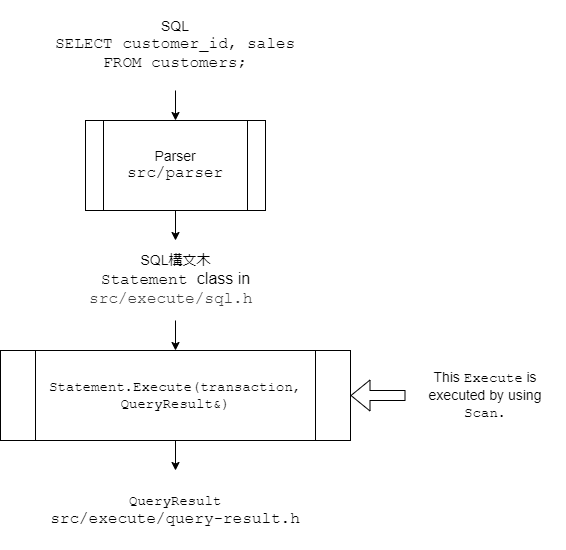
hedwig100/dbms keeps this draw.io diagram as docs/en/images/query-exectuion.drawio.png. Above is the earlier version. Source tidied: cells renumbered, new cells last; positions are measured from the earlier drawing's top-left corner, leaving out a move shared by most shapes.
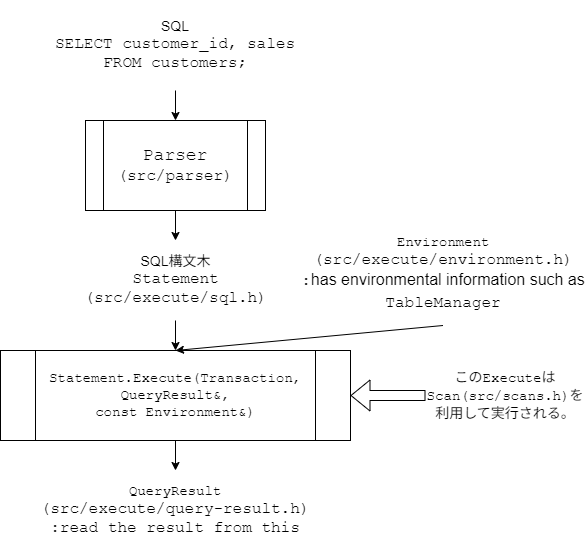
The same diagram one commit later.

Commit message:
[change] documents about query execution

Change to the diagram source:
```diff
@@ -11,29 +11,35 @@
     <mxCell id="4" style="edgeStyle=none;html=1;exitX=0.5;exitY=1;exitDx=0;exitDy=0;entryX=0.5;entryY=0;entryDx=0;entryDy=0;" parent="1" edge="1" source="5" target="7">
       <mxGeometry relative="1" as="geometry" />
     </mxCell>
-    <mxCell id="5" value="&lt;font style=&quot;font-size: 14px;&quot;&gt;Parser&lt;/font&gt;&lt;div&gt;&lt;font size=&quot;3&quot; face=&quot;Courier New&quot;&gt;src/parser&lt;/font&gt;&lt;/div&gt;" style="shape=process;whiteSpace=wrap;html=1;backgroundOutline=1;" parent="1" vertex="1">
+    <mxCell id="5" value="&lt;font face=&quot;Courier New&quot; style=&quot;font-size: 18px;&quot;&gt;Parser&lt;/font&gt;&lt;div&gt;&lt;font face=&quot;Courier New&quot; size=&quot;3&quot;&gt;(src/parser)&lt;/font&gt;&lt;/div&gt;" style="shape=process;whiteSpace=wrap;html=1;backgroundOutline=1;" parent="1" vertex="1">
       <mxGeometry x="85" y="120" width="180" height="90" as="geometry" />
     </mxCell>
     <mxCell id="6" style="edgeStyle=none;html=1;exitX=0.5;exitY=1;exitDx=0;exitDy=0;entryX=0.5;entryY=0;entryDx=0;entryDy=0;" parent="1" edge="1" source="7" target="9">
       <mxGeometry relative="1" as="geometry" />
     </mxCell>
-    <mxCell id="7" value="&lt;font style=&quot;font-size: 14px;&quot;&gt;SQL構文木&lt;/font&gt;&lt;div&gt;&lt;font face=&quot;Courier New&quot; size=&quot;3&quot;&gt;Statement &lt;/font&gt;&lt;font face=&quot;Helvetica&quot; size=&quot;3&quot;&gt;class in&lt;/font&gt;&lt;/div&gt;&lt;div&gt;&lt;span style=&quot;color: rgb(63, 63, 63); font-family: &amp;quot;Courier New&amp;quot;; font-size: medium; background-color: transparent;&quot;&gt;src/execute/sql.h&lt;/span&gt;&lt;font face=&quot;Courier New&quot; size=&quot;3&quot;&gt;&amp;nbsp;&lt;/font&gt;&lt;/div&gt;" style="text;html=1;align=center;verticalAlign=middle;whiteSpace=wrap;rounded=0;" parent="1" vertex="1">
+    <mxCell id="7" value="&lt;font style=&quot;font-size: 14px;&quot;&gt;SQL構文木&lt;/font&gt;&lt;div&gt;&lt;font size=&quot;3&quot; face=&quot;Courier New&quot;&gt;Statement&lt;/font&gt;&lt;/div&gt;&lt;div&gt;&lt;font size=&quot;3&quot; face=&quot;Courier New&quot;&gt;(src/execute/sql.h)&lt;/font&gt;&lt;/div&gt;" style="text;html=1;align=center;verticalAlign=middle;whiteSpace=wrap;rounded=0;" parent="1" vertex="1">
       <mxGeometry x="52.5" y="240" width="245" height="80" as="geometry" />
     </mxCell>
     <mxCell id="8" style="edgeStyle=none;html=1;exitX=0.5;exitY=1;exitDx=0;exitDy=0;entryX=0.5;entryY=0;entryDx=0;entryDy=0;" parent="1" edge="1" source="9" target="10">
       <mxGeometry relative="1" as="geometry" />
     </mxCell>
-    <mxCell id="9" value="&lt;font face=&quot;Courier New&quot;&gt;&lt;span style=&quot;font-size: 14px;&quot;&gt;Statement.Execute(transaction, QueryResult&amp;amp;)&lt;/span&gt;&lt;/font&gt;" style="shape=process;whiteSpace=wrap;html=1;backgroundOutline=1;" parent="1" vertex="1">
+    <mxCell id="9" value="&lt;font face=&quot;Courier New&quot;&gt;&lt;span style=&quot;font-size: 14px;&quot;&gt;Statement.Execute(Transaction, QueryResult&amp;amp;,&lt;/span&gt;&lt;/font&gt;&lt;div&gt;&lt;font face=&quot;Courier New&quot;&gt;&lt;span style=&quot;font-size: 14px;&quot;&gt;const Environment&amp;amp;)&lt;/span&gt;&lt;/font&gt;&lt;/div&gt;" style="shape=process;whiteSpace=wrap;html=1;backgroundOutline=1;" parent="1" vertex="1">
       <mxGeometry y="350" width="350" height="90" as="geometry" />
     </mxCell>
-    <mxCell id="10" value="&lt;font style=&quot;font-size: 14px;&quot;&gt;&lt;font face=&quot;Courier New&quot;&gt;QueryResult&lt;/font&gt;&lt;br&gt;&lt;/font&gt;&lt;div&gt;&lt;font size=&quot;3&quot; face=&quot;Courier New&quot;&gt;src/execute/query-result.h&lt;/font&gt;&lt;/div&gt;" style="text;html=1;align=center;verticalAlign=middle;whiteSpace=wrap;rounded=0;" parent="1" vertex="1">
+    <mxCell id="10" value="&lt;font style=&quot;font-size: 14px;&quot;&gt;&lt;font face=&quot;Courier New&quot;&gt;QueryResult&lt;/font&gt;&lt;br&gt;&lt;/font&gt;&lt;div&gt;&lt;font size=&quot;3&quot; face=&quot;Courier New&quot;&gt;(src/execute/query-result.h)&lt;/font&gt;&lt;/div&gt;&lt;div&gt;&lt;font size=&quot;3&quot; face=&quot;Courier New&quot;&gt;:read the result from this&lt;/font&gt;&lt;/div&gt;" style="text;html=1;align=center;verticalAlign=middle;whiteSpace=wrap;rounded=0;" parent="1" vertex="1">
       <mxGeometry x="31.2" y="470" width="287.5" height="80" as="geometry" />
     </mxCell>
     <mxCell id="11" style="edgeStyle=none;shape=flexArrow;html=1;exitX=0;exitY=0.5;exitDx=0;exitDy=0;entryX=1;entryY=0.5;entryDx=0;entryDy=0;" parent="1" edge="1" source="12" target="9">
       <mxGeometry relative="1" as="geometry" />
     </mxCell>
-    <mxCell id="12" value="&lt;font style=&quot;font-size: 14px;&quot;&gt;This&amp;nbsp;&lt;font face=&quot;Courier New&quot;&gt;Execute&lt;/font&gt;&lt;font face=&quot;Helvetica&quot;&gt; is executed by using&lt;/font&gt;&lt;font face=&quot;Courier New&quot;&gt; Scan.&lt;/font&gt;&lt;/font&gt;" style="text;html=1;align=center;verticalAlign=middle;whiteSpace=wrap;rounded=0;" parent="1" vertex="1">
-      <mxGeometry x="405" y="345" width="160" height="100" as="geometry" />
+    <mxCell id="12" value="&lt;font style=&quot;font-size: 14px;&quot;&gt;この&lt;font face=&quot;Courier New&quot;&gt;ExecuteはScan(src/scans.h)&lt;/font&gt;を利用して実行される。&lt;/font&gt;" style="text;html=1;align=center;verticalAlign=middle;whiteSpace=wrap;rounded=0;" parent="1" vertex="1">
+      <mxGeometry x="425" y="345" width="160" height="100" as="geometry" />
     </mxCell>
+    <mxCell id="13" style="edgeStyle=none;html=1;exitX=0.5;exitY=1;exitDx=0;exitDy=0;entryX=0.5;entryY=0;entryDx=0;entryDy=0;" parent="1" edge="1" source="14" target="9">
+      <mxGeometry relative="1" as="geometry" />
+    </mxCell>
+    <mxCell id="14" value="&lt;font style=&quot;font-size: 14px;&quot; face=&quot;Courier New&quot;&gt;Environment&lt;/font&gt;&lt;div&gt;&lt;font size=&quot;3&quot; face=&quot;Courier New&quot;&gt;(src/execute/environment.h)&lt;/font&gt;&lt;/div&gt;&lt;div&gt;&lt;font size=&quot;3&quot;&gt;&lt;font face=&quot;Courier New&quot;&gt;:&lt;/font&gt;&lt;font face=&quot;Helvetica&quot;&gt;has environmental information such as&lt;/font&gt;&lt;font face=&quot;Courier New&quot;&gt; TableManager&lt;/font&gt;&lt;/font&gt;&lt;/div&gt;" style="text;html=1;align=center;verticalAlign=middle;whiteSpace=wrap;rounded=0;" parent="1" vertex="1">
+      <mxGeometry x="297.5" y="220" width="290" height="105" as="geometry" />
+    </mxCell>
   </root>
 </mxGraphModel>
```
